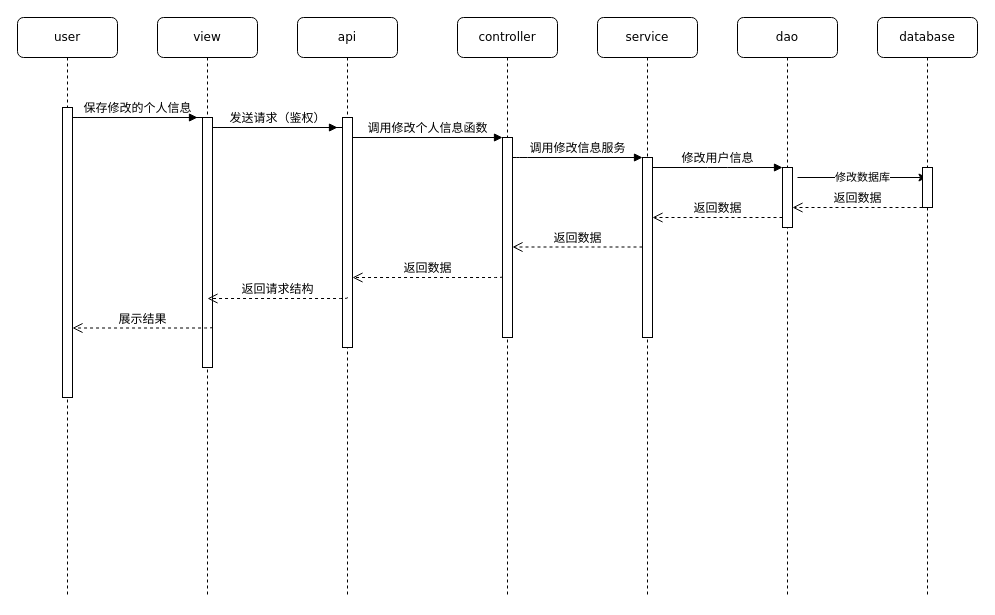
This is 毕业设计CQUPT/管理个人信息时序图.drawio from myjdml/drowio, a draw.io file, before an edit. Source tidied: cells renumbered, new cells numbered last; positions are measured from the earlier drawing's top-left corner, leaving out a move shared by most shapes. Both pictures are drawn from the tidied source at 100%, with x=0, y=0 at pixel (17, 17).
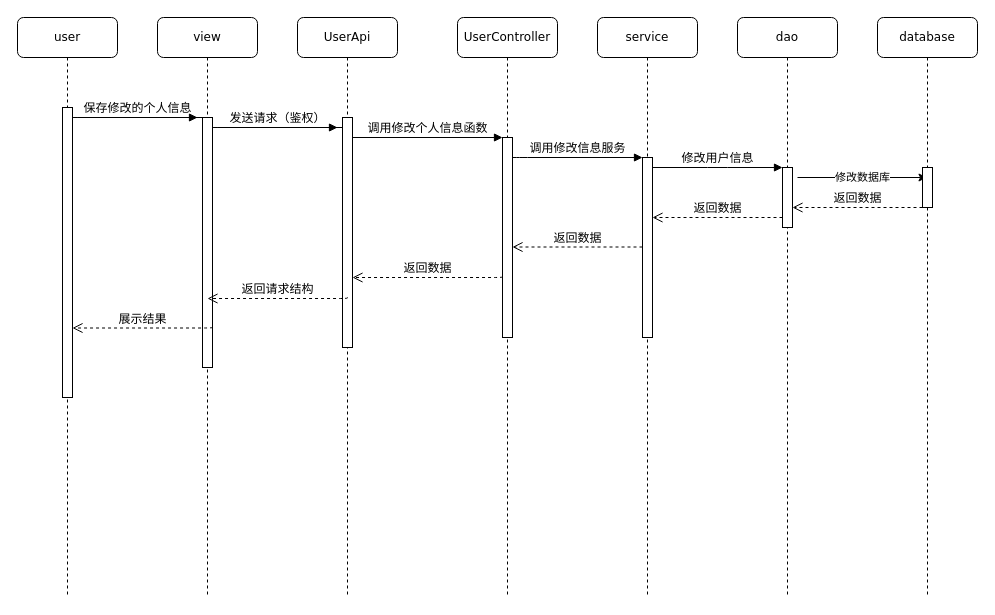
After the change.

Commit message:
更新管理个人信息时序图.drawio

The edit, as a diff of the source:
```diff
@@
-    <mxCell id="2" value="api" style="shape=umlLifeline;perimeter=lifelinePerimeter;whiteSpace=wrap;html=1;rounded=1;shadow=0;comic=0;labelBackgroundColor=none;strokeWidth=1;fontFamily=Verdana;fontSize=12;align=center;" parent="1" vertex="1">
+    <mxCell id="2" value="UserApi" style="shape=umlLifeline;perimeter=lifelinePerimeter;whiteSpace=wrap;html=1;rounded=1;shadow=0;comic=0;labelBackgroundColor=none;strokeWidth=1;fontFamily=Verdana;fontSize=12;align=center;" parent="1" vertex="1">
       <mxGeometry x="280" width="100" height="580" as="geometry" />
     </mxCell>
@@
-    <mxCell id="5" value="controller" style="shape=umlLifeline;perimeter=lifelinePerimeter;whiteSpace=wrap;html=1;rounded=1;shadow=0;comic=0;labelBackgroundColor=none;strokeWidth=1;fontFamily=Verdana;fontSize=12;align=center;" parent="1" vertex="1">
+    <mxCell id="5" value="UserController" style="shape=umlLifeline;perimeter=lifelinePerimeter;whiteSpace=wrap;html=1;rounded=1;shadow=0;comic=0;labelBackgroundColor=none;strokeWidth=1;fontFamily=Verdana;fontSize=12;align=center;" parent="1" vertex="1">
       <mxGeometry x="440" width="100" height="580" as="geometry" />
     </mxCell>
```
